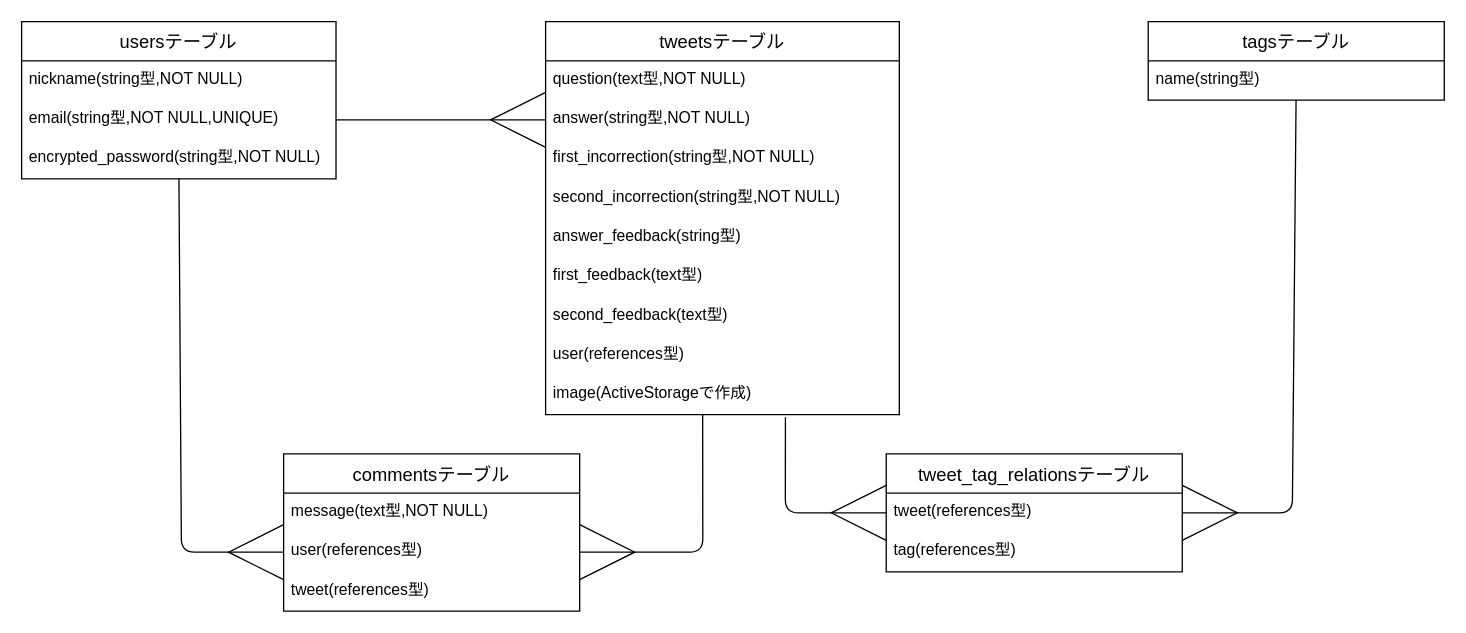
Above: ER.dio in T-yama0921/qweet-room (draw.io), before the change. Source tidied: cells renumbered, new cells numbered last; positions are measured from the earlier drawing's top-left corner, leaving out a move shared by most shapes. Both pictures are drawn from the tidied source at 131%, with x=0, y=0 at pixel (21, 21).
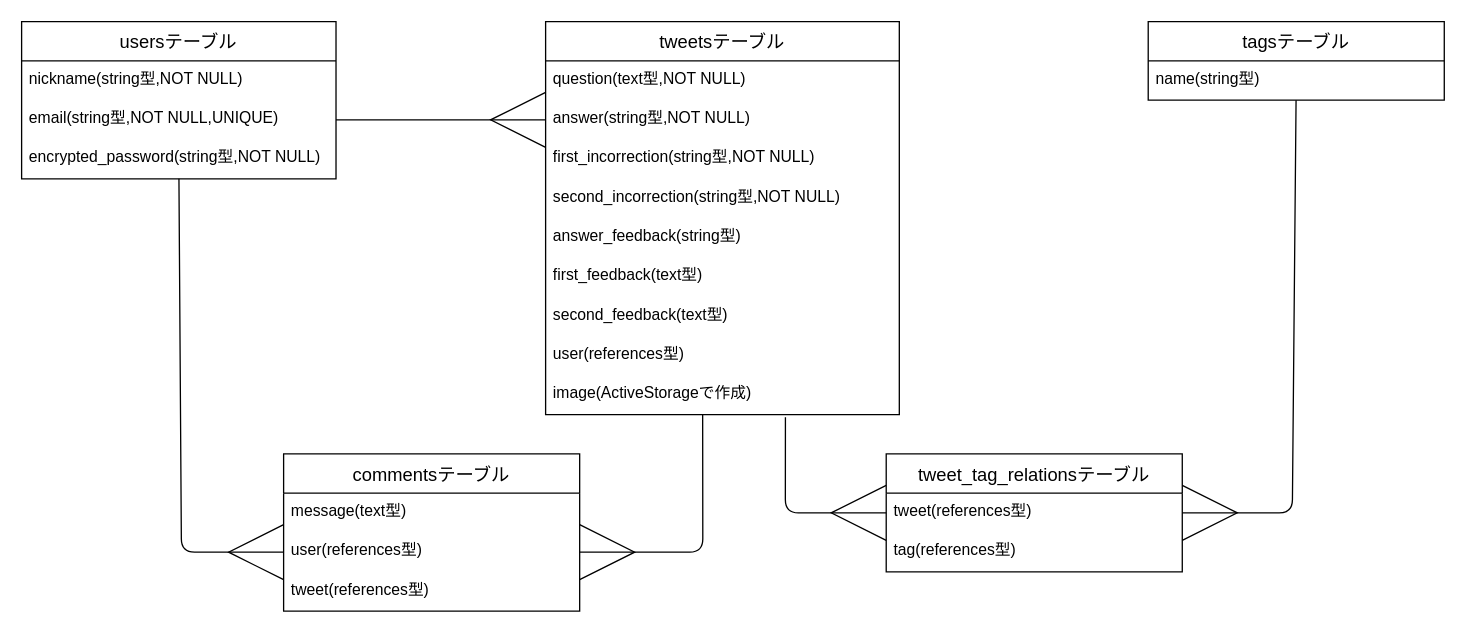
The same diagram, later.

Unchanged cells that the change refers to:
```xml
<mxCell id="17" value="commentsテーブル" style="swimlane;fontStyle=0;horizontal=1;startSize=30;align=center;fontSize=14;" parent="1" vertex="1">
  <mxGeometry x="200" y="330" width="226" height="120" as="geometry" />
</mxCell>
```

Diff of the diagram source:
```diff
@@
-    <mxCell id="18" value="message(text型,NOT NULL)" style="text;strokeColor=none;fillColor=none;spacingLeft=4;spacingRight=4;overflow=hidden;fontSize=12;direction=east;" parent="17" vertex="1">
+    <mxCell id="18" value="message(text型)" style="text;strokeColor=none;fillColor=none;spacingLeft=4;spacingRight=4;overflow=hidden;fontSize=12;direction=east;" parent="17" vertex="1">
       <mxGeometry y="30" width="226" height="30" as="geometry" />
     </mxCell>
```
